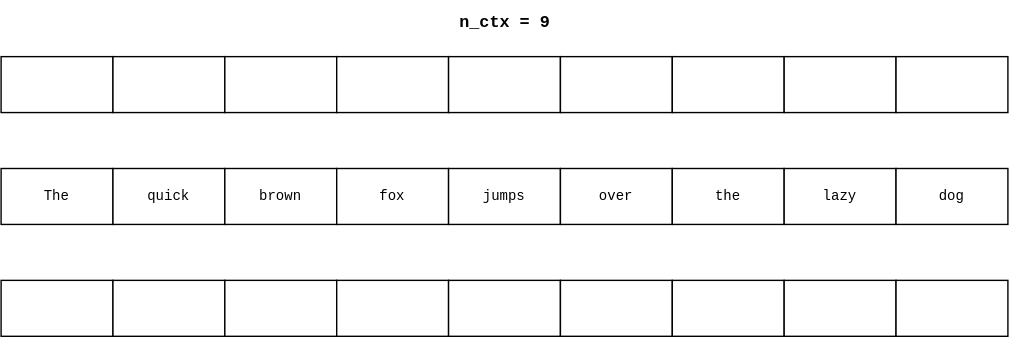
The draw.io diagram diagrams/cache.drawio.svg in xvolks/llama-cpp-python, before a commit. Source tidied: cells renumbered, new cells last; positions are measured from the earlier drawing's top-left corner, leaving out a move shared by most shapes. The source it was exported from:
```xml
<mxGraphModel>
  <root>
    <mxCell id="0" />
    <mxCell id="1" parent="0" />
    <mxCell id="2" value="The" style="whiteSpace=wrap;html=1;fontFamily=Courier New;fontSize=10;" parent="1" vertex="1">
      <mxGeometry y="120" width="80" height="40" as="geometry" />
    </mxCell>
    <mxCell id="3" value="quick" style="whiteSpace=wrap;html=1;fontFamily=Courier New;fontSize=10;" parent="1" vertex="1">
      <mxGeometry x="80" y="120" width="80" height="40" as="geometry" />
    </mxCell>
    <mxCell id="4" value="brown" style="whiteSpace=wrap;html=1;fontFamily=Courier New;fontSize=10;" parent="1" vertex="1">
      <mxGeometry x="160" y="120" width="80" height="40" as="geometry" />
    </mxCell>
    <mxCell id="5" value="fox" style="whiteSpace=wrap;html=1;fontFamily=Courier New;fontSize=10;" parent="1" vertex="1">
      <mxGeometry x="240" y="120" width="80" height="40" as="geometry" />
    </mxCell>
    <mxCell id="6" value="jumps" style="whiteSpace=wrap;html=1;fontFamily=Courier New;fontSize=10;" parent="1" vertex="1">
      <mxGeometry x="320" y="120" width="80" height="40" as="geometry" />
    </mxCell>
    <mxCell id="7" value="over" style="whiteSpace=wrap;html=1;fontFamily=Courier New;fontSize=10;" parent="1" vertex="1">
      <mxGeometry x="400" y="120" width="80" height="40" as="geometry" />
    </mxCell>
    <mxCell id="8" value="the" style="whiteSpace=wrap;html=1;fontFamily=Courier New;fontSize=10;" parent="1" vertex="1">
      <mxGeometry x="480" y="120" width="80" height="40" as="geometry" />
    </mxCell>
    <mxCell id="9" value="lazy" style="whiteSpace=wrap;html=1;fontFamily=Courier New;fontSize=10;" parent="1" vertex="1">
      <mxGeometry x="560" y="120" width="80" height="40" as="geometry" />
    </mxCell>
    <mxCell id="10" value="dog" style="whiteSpace=wrap;html=1;fontFamily=Courier New;fontSize=10;" parent="1" vertex="1">
      <mxGeometry x="640" y="120" width="80" height="40" as="geometry" />
    </mxCell>
    <mxCell id="11" style="whiteSpace=wrap;html=1;fontFamily=Courier New;fontSize=10;" parent="1" vertex="1">
      <mxGeometry y="40" width="80" height="40" as="geometry" />
    </mxCell>
    <mxCell id="12" style="whiteSpace=wrap;html=1;fontFamily=Courier New;fontSize=10;" parent="1" vertex="1">
      <mxGeometry x="80" y="40" width="80" height="40" as="geometry" />
    </mxCell>
    <mxCell id="13" style="whiteSpace=wrap;html=1;fontFamily=Courier New;fontSize=10;" parent="1" vertex="1">
      <mxGeometry x="160" y="40" width="80" height="40" as="geometry" />
    </mxCell>
    <mxCell id="14" style="whiteSpace=wrap;html=1;fontFamily=Courier New;fontSize=10;" parent="1" vertex="1">
      <mxGeometry x="240" y="40" width="80" height="40" as="geometry" />
    </mxCell>
    <mxCell id="15" style="whiteSpace=wrap;html=1;fontFamily=Courier New;fontSize=10;" parent="1" vertex="1">
      <mxGeometry x="320" y="40" width="80" height="40" as="geometry" />
    </mxCell>
    <mxCell id="16" value="&lt;font face=&quot;Courier New&quot;&gt;&lt;b&gt;n_ctx = 9&lt;/b&gt;&lt;/font&gt;" style="text;html=1;align=center;verticalAlign=middle;strokeColor=none;fillColor=none;" parent="1" vertex="1">
      <mxGeometry x="315" width="90" height="30" as="geometry" />
    </mxCell>
    <mxCell id="17" style="whiteSpace=wrap;html=1;fontFamily=Courier New;fontSize=10;" parent="1" vertex="1">
      <mxGeometry x="400" y="40" width="80" height="40" as="geometry" />
    </mxCell>
    <mxCell id="18" style="whiteSpace=wrap;html=1;fontFamily=Courier New;fontSize=10;" parent="1" vertex="1">
      <mxGeometry x="480" y="40" width="80" height="40" as="geometry" />
    </mxCell>
    <mxCell id="19" style="whiteSpace=wrap;html=1;fontFamily=Courier New;fontSize=10;" parent="1" vertex="1">
      <mxGeometry x="560" y="40" width="80" height="40" as="geometry" />
    </mxCell>
    <mxCell id="20" style="whiteSpace=wrap;html=1;fontFamily=Courier New;fontSize=10;" parent="1" vertex="1">
      <mxGeometry x="640" y="40" width="80" height="40" as="geometry" />
    </mxCell>
    <mxCell id="21" style="whiteSpace=wrap;html=1;fontFamily=Courier New;fontSize=10;" parent="1" vertex="1">
      <mxGeometry y="200" width="80" height="40" as="geometry" />
    </mxCell>
    <mxCell id="22" style="whiteSpace=wrap;html=1;fontFamily=Courier New;fontSize=10;" parent="1" vertex="1">
      <mxGeometry x="80" y="200" width="80" height="40" as="geometry" />
    </mxCell>
    <mxCell id="23" style="whiteSpace=wrap;html=1;fontFamily=Courier New;fontSize=10;" parent="1" vertex="1">
      <mxGeometry x="160" y="200" width="80" height="40" as="geometry" />
    </mxCell>
    <mxCell id="24" style="whiteSpace=wrap;html=1;fontFamily=Courier New;fontSize=10;" parent="1" vertex="1">
      <mxGeometry x="240" y="200" width="80" height="40" as="geometry" />
    </mxCell>
    <mxCell id="25" style="whiteSpace=wrap;html=1;fontFamily=Courier New;fontSize=10;" parent="1" vertex="1">
      <mxGeometry x="320" y="200" width="80" height="40" as="geometry" />
    </mxCell>
    <mxCell id="26" style="whiteSpace=wrap;html=1;fontFamily=Courier New;fontSize=10;" parent="1" vertex="1">
      <mxGeometry x="400" y="200" width="80" height="40" as="geometry" />
    </mxCell>
    <mxCell id="27" style="whiteSpace=wrap;html=1;fontFamily=Courier New;fontSize=10;" parent="1" vertex="1">
      <mxGeometry x="480" y="200" width="80" height="40" as="geometry" />
    </mxCell>
    <mxCell id="28" style="whiteSpace=wrap;html=1;fontFamily=Courier New;fontSize=10;" parent="1" vertex="1">
      <mxGeometry x="560" y="200" width="80" height="40" as="geometry" />
    </mxCell>
    <mxCell id="29" style="whiteSpace=wrap;html=1;fontFamily=Courier New;fontSize=10;" parent="1" vertex="1">
      <mxGeometry x="640" y="200" width="80" height="40" as="geometry" />
    </mxCell>
  </root>
</mxGraphModel>
```
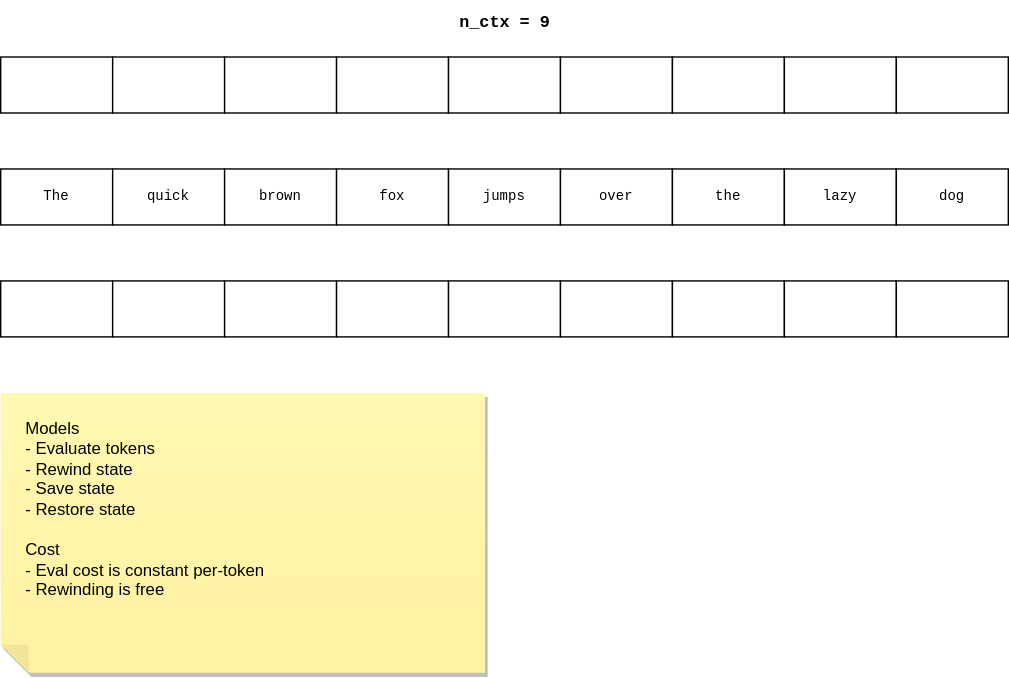
After the change.

Diff of the diagram source:
```diff
@@ -86,5 +86,8 @@
     <mxCell id="29" style="whiteSpace=wrap;html=1;fontFamily=Courier New;fontSize=10;" parent="1" vertex="1">
       <mxGeometry x="640" y="200" width="80" height="40" as="geometry" />
     </mxCell>
+    <mxCell id="30" value="&lt;blockquote style=&quot;margin: 0 0 0 40px; border: none; padding: 0px;&quot;&gt;&lt;/blockquote&gt;&lt;blockquote style=&quot;margin: 0 0 0 40px; border: none; padding: 0px;&quot;&gt;&lt;/blockquote&gt;Models&lt;br&gt;&lt;blockquote style=&quot;margin: 0 0 0 40px; border: none; padding: 0px;&quot;&gt;&lt;/blockquote&gt;- Evaluate tokens&lt;br&gt;&lt;blockquote style=&quot;margin: 0 0 0 40px; border: none; padding: 0px;&quot;&gt;&lt;/blockquote&gt;- Rewind state&lt;br&gt;&lt;blockquote style=&quot;margin: 0 0 0 40px; border: none; padding: 0px;&quot;&gt;&lt;/blockquote&gt;- Save state&lt;br&gt;- Restore state&lt;br&gt;&lt;br&gt;Cost&lt;br&gt;- Eval cost is constant per-token&lt;br&gt;- Rewinding is free&lt;br&gt;&lt;blockquote style=&quot;margin: 0 0 0 40px; border: none; padding: 0px;&quot;&gt;&lt;/blockquote&gt;&lt;blockquote style=&quot;margin: 0 0 0 40px; border: none; padding: 0px;&quot;&gt;&lt;/blockquote&gt;&lt;blockquote style=&quot;margin: 0 0 0 40px; border: none; padding: 0px;&quot;&gt;&lt;/blockquote&gt;" style="shape=note;whiteSpace=wrap;html=1;backgroundOutline=1;fontColor=#000000;darkOpacity=0.05;fillColor=#FFF9B2;strokeColor=none;fillStyle=solid;direction=west;gradientDirection=north;gradientColor=#FFF2A1;shadow=1;size=20;align=left;verticalAlign=top;spacingTop=12;spacingLeft=16;" parent="1" vertex="1">
+      <mxGeometry y="280" width="346" height="200" as="geometry" />
+    </mxCell>
   </root>
 </mxGraphModel>
```
